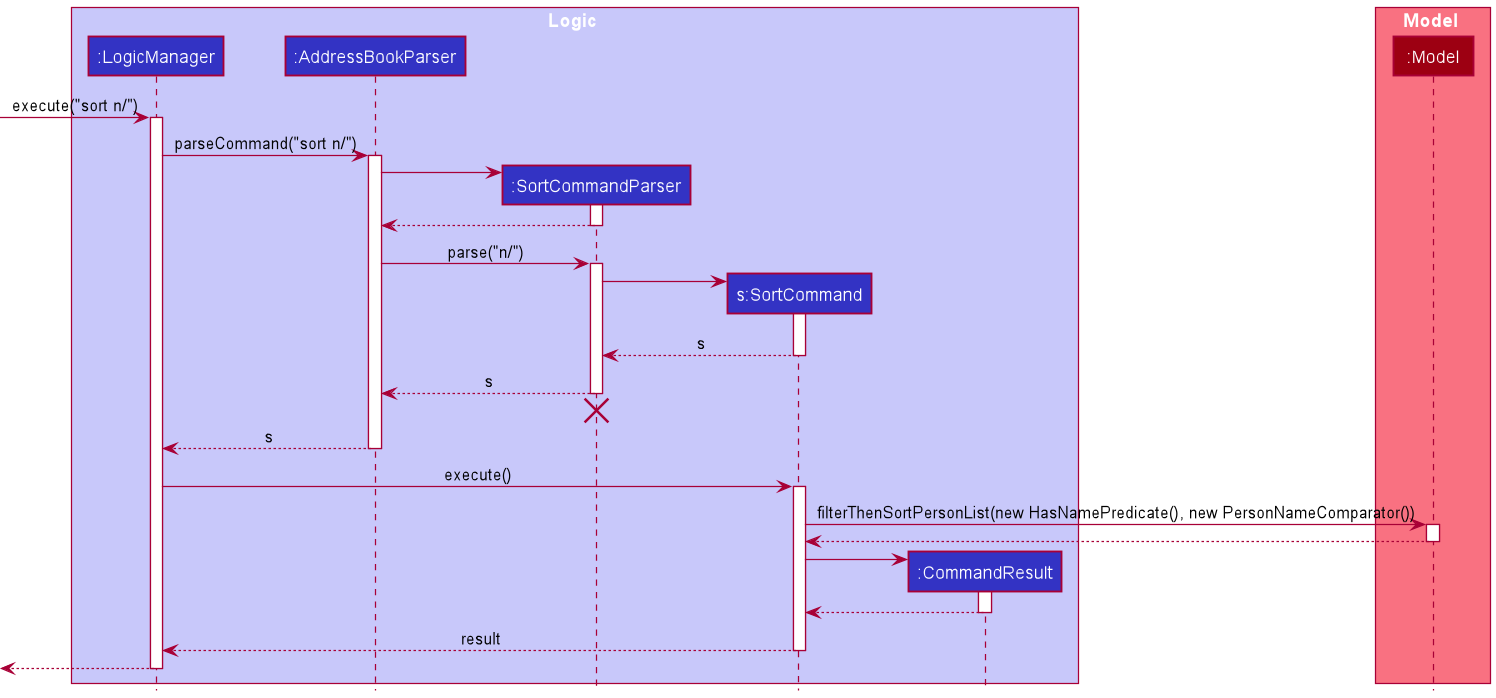
Above: docs/images/SortSequenceDiagram.png in nus-cs2103-AY2021S2/tp (PlantUML), before the change.
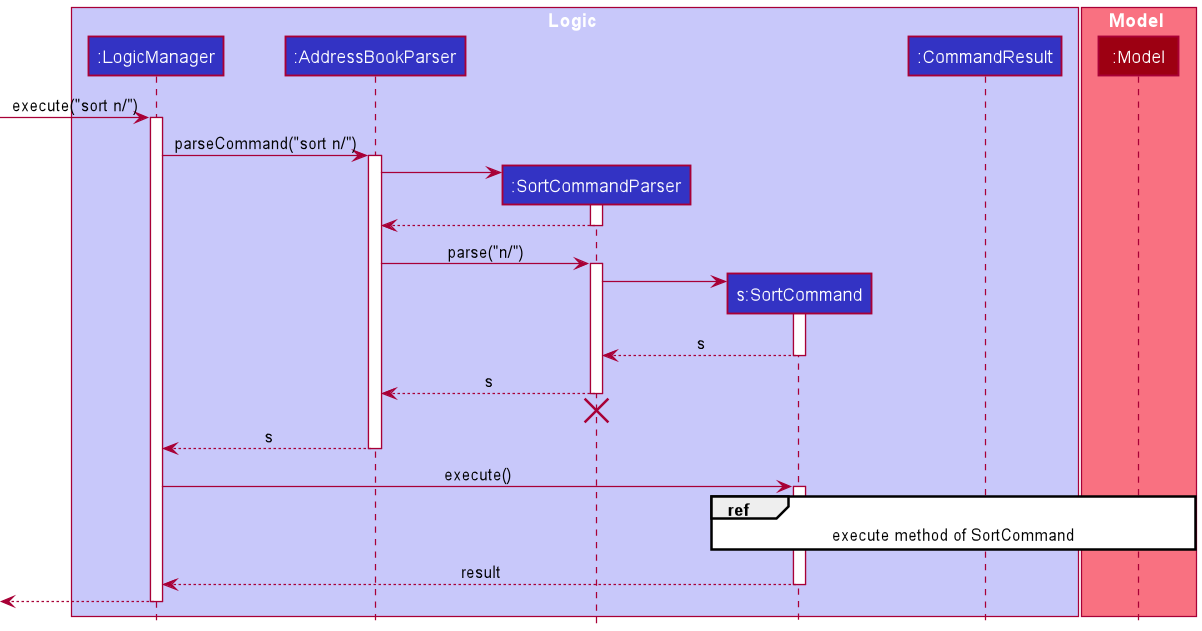
After the change.

Change to the diagram source:
```diff
@@ -47,18 +47,7 @@
 LogicManager -> SortCommand : execute()
 activate SortCommand
 
-SortCommand -> Model : filterThenSortPersonList(new HasNamePredicate(), new PersonNameComparator())
-activate Model
-
-Model --> SortCommand
-deactivate Model
-
-create CommandResult
-SortCommand -> CommandResult
-activate CommandResult
-
-CommandResult --> SortCommand
-deactivate CommandResult
+ref over SortCommand, Model : execute method of SortCommand
 
 SortCommand --> LogicManager : result
 deactivate SortCommand
```
